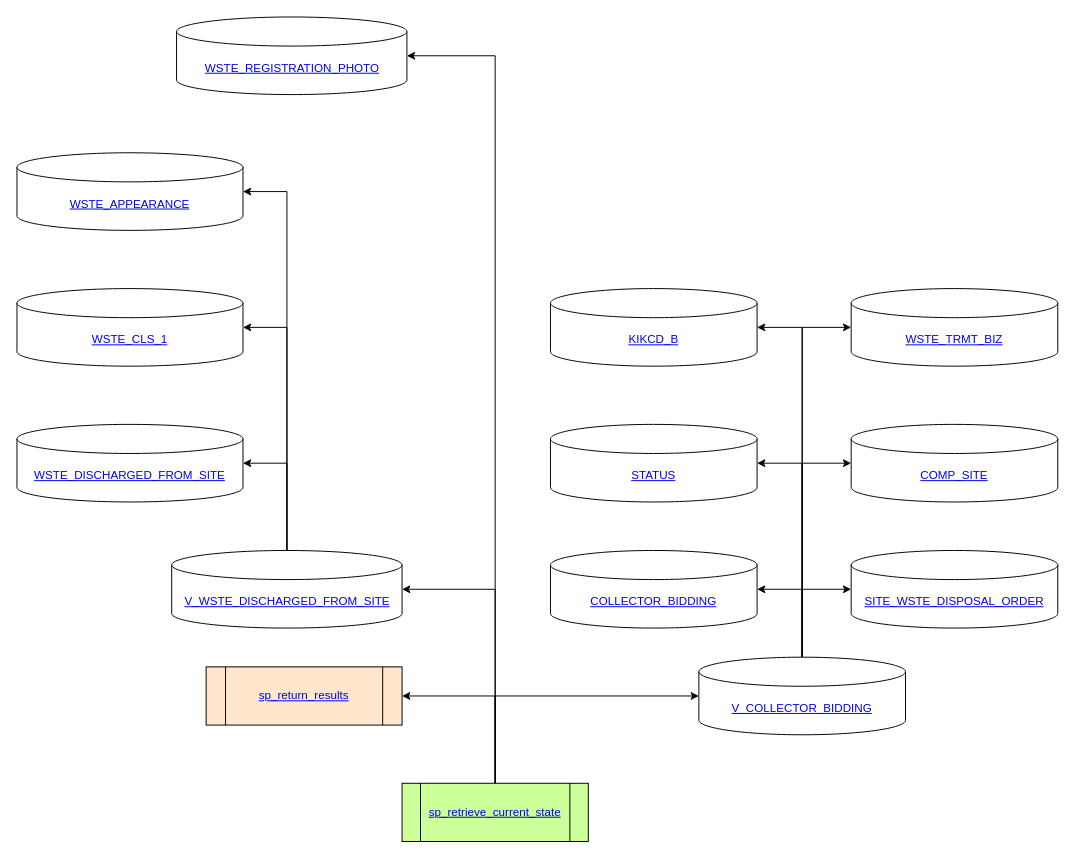
The draw.io diagram sp_retrieve_current_state_by_option.drawio in Leo-Nam/chium_draw, before the edit. Source tidied: cells renumbered, new cells numbered last; positions are measured from the earlier drawing's top-left corner, leaving out a move shared by most shapes. Both pictures are drawn from the tidied source at 97%, with x=0, y=0 at pixel (16, 16).
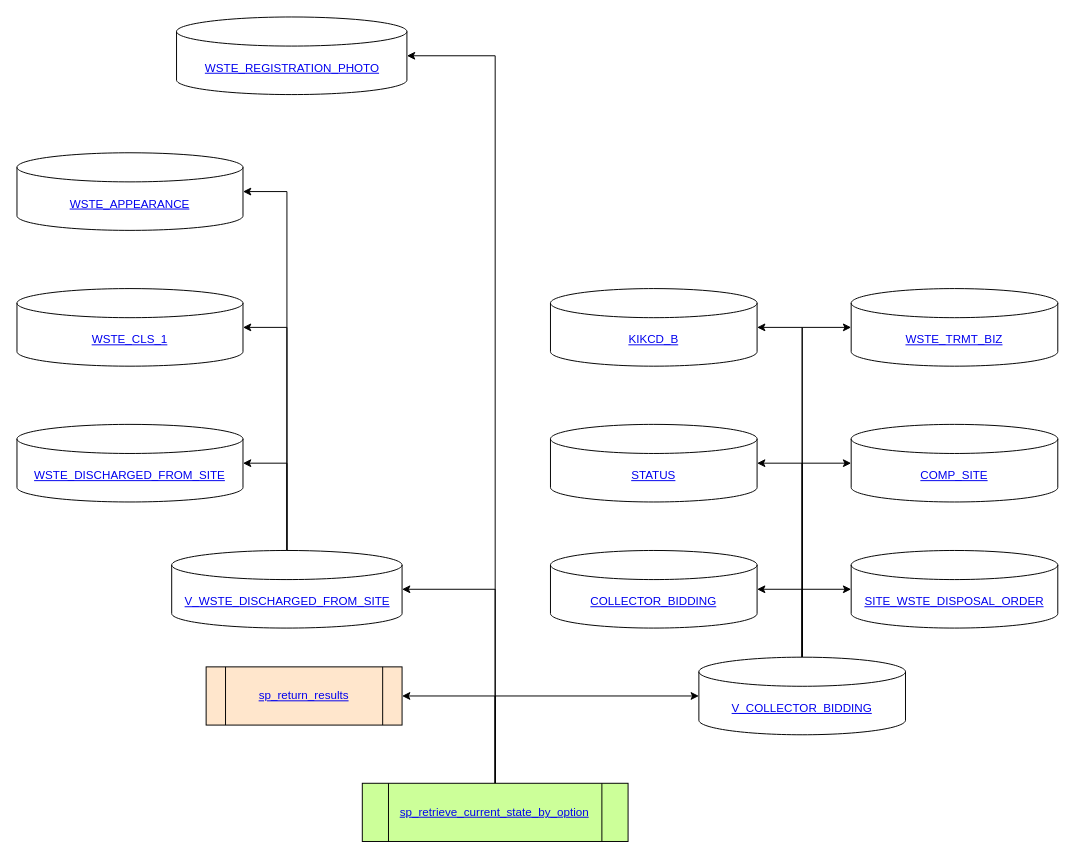
The same page after the edit.

Diff of the diagram source:
```diff
@@
-    <mxCell id="6" value="&lt;a href=&quot;https://www.notion.so/sp_retrieve_current_state-2a47bb015bca4932982e855a771957b2&quot;&gt;sp_retrieve_current_state&lt;/a&gt;" style="shape=process;whiteSpace=wrap;html=1;backgroundOutline=1;fillColor=#CCFF99;" parent="1" vertex="1">
-      <mxGeometry x="397" y="790" width="192" height="60" as="geometry" />
+    <mxCell id="6" value="&lt;a href=&quot;https://www.notion.so/sp_retrieve_current_state_by_option-ca4c636aabd84d12b818d24a8bb58166&quot;&gt;sp_retrieve_current_state_by_option&lt;/a&gt;" style="shape=process;whiteSpace=wrap;html=1;backgroundOutline=1;fillColor=#CCFF99;" parent="1" vertex="1">
+      <mxGeometry x="356" y="790" width="274" height="60" as="geometry" />
     </mxCell>
```
